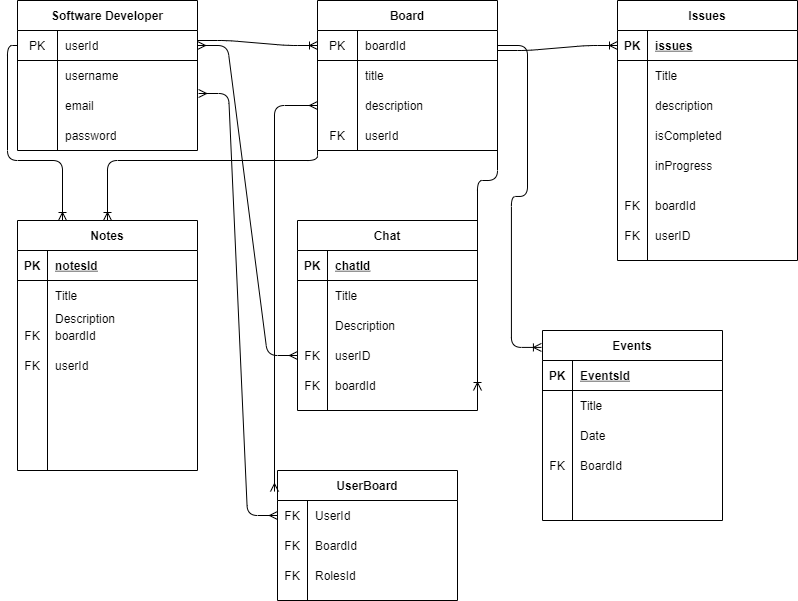
Before: New Bug Tracker IED.png, a diagram exported from draw.io (CyrusWarner/Bug-Tracker-Front-End). Source tidied: cells renumbered, new cells last; positions are measured from the earlier drawing's top-left corner, leaving out a move shared by most shapes.
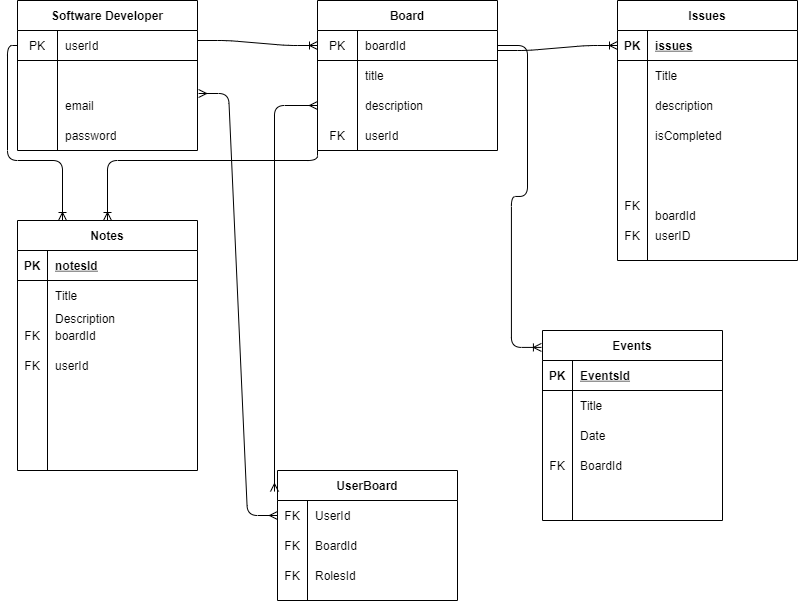
The same file after the commit.

Commit message:
Added updated IED diagram.

Change to the diagram source:
```diff
@@ -20,7 +20,7 @@
     <mxCell id="7" style="shape=partialRectangle;html=1;whiteSpace=wrap;fillColor=none;top=0;left=0;bottom=0;right=0;overflow=hidden;" parent="6" vertex="1">
       <mxGeometry width="40" height="30" as="geometry" />
     </mxCell>
-    <mxCell id="8" value="username" style="shape=partialRectangle;html=1;whiteSpace=wrap;fillColor=none;top=0;left=0;bottom=0;right=0;align=left;spacingLeft=6;overflow=hidden;" parent="6" vertex="1">
+    <mxCell id="8" style="shape=partialRectangle;html=1;whiteSpace=wrap;fillColor=none;top=0;left=0;bottom=0;right=0;align=left;spacingLeft=6;overflow=hidden;" parent="6" vertex="1">
       <mxGeometry x="40" width="140" height="30" as="geometry" />
     </mxCell>
     <mxCell id="9" style="shape=partialRectangle;html=1;whiteSpace=wrap;fillColor=none;top=0;left=0;bottom=0;right=0;points=[[0,0.5],[1,0.5]];portConstraint=eastwest;" parent="2" vertex="1">
@@ -174,72 +174,13 @@
     <mxCell id="54" value="isCompleted" style="shape=partialRectangle;fillColor=none;top=0;left=0;bottom=0;right=0;align=left;spacingLeft=6;overflow=hidden;" parent="52" vertex="1">
       <mxGeometry x="30" width="150" height="30" as="geometry" />
     </mxCell>
-    <mxCell id="55" value="inProgress" style="shape=partialRectangle;fillColor=none;top=0;left=0;bottom=0;right=0;align=left;spacingLeft=6;overflow=hidden;" parent="1" vertex="1">
-      <mxGeometry x="640" y="150" width="150" height="30" as="geometry" />
-    </mxCell>
     <mxCell id="56" style="edgeStyle=entityRelationEdgeStyle;fontSize=12;html=1;endArrow=ERoneToMany;entryX=0;entryY=0.5;entryDx=0;entryDy=0;" parent="1" edge="1" target="43">
       <mxGeometry relative="1" as="geometry">
         <mxPoint x="490" y="50" as="sourcePoint" />
       </mxGeometry>
     </mxCell>
-    <mxCell id="57" value="Chat" style="shape=table;startSize=30;rowLines=0;fontStyle=1;align=center;" parent="1" vertex="1">
-      <mxGeometry x="290" y="220" width="180" height="190" as="geometry" />
-    </mxCell>
-    <mxCell id="58" style="shape=partialRectangle;fillColor=none;top=0;left=0;bottom=1;right=0;" parent="57" vertex="1">
-      <mxGeometry y="30" width="180" height="30" as="geometry" />
-    </mxCell>
-    <mxCell id="59" value="PK" style="shape=partialRectangle;fillColor=none;top=0;left=0;bottom=0;right=0;fontStyle=1;overflow=hidden;" parent="58" vertex="1">
-      <mxGeometry width="30" height="30" as="geometry" />
-    </mxCell>
-    <mxCell id="60" value="chatId" style="shape=partialRectangle;fillColor=none;top=0;left=0;bottom=0;right=0;align=left;spacingLeft=6;fontStyle=5;overflow=hidden;" parent="58" vertex="1">
-      <mxGeometry x="30" width="150" height="30" as="geometry" />
-    </mxCell>
-    <mxCell id="61" style="shape=partialRectangle;fillColor=none;top=0;left=0;bottom=0;right=0;" parent="57" vertex="1">
-      <mxGeometry y="60" width="180" height="30" as="geometry" />
-    </mxCell>
-    <mxCell id="62" style="shape=partialRectangle;fillColor=none;top=0;left=0;bottom=0;right=0;overflow=hidden;" parent="61" vertex="1">
-      <mxGeometry width="30" height="30" as="geometry" />
-    </mxCell>
-    <mxCell id="63" value="Title" style="shape=partialRectangle;fillColor=none;top=0;left=0;bottom=0;right=0;align=left;spacingLeft=6;overflow=hidden;" parent="61" vertex="1">
-      <mxGeometry x="30" width="150" height="30" as="geometry" />
-    </mxCell>
-    <mxCell id="64" style="shape=partialRectangle;fillColor=none;top=0;left=0;bottom=0;right=0;" parent="57" vertex="1">
-      <mxGeometry y="90" width="180" height="30" as="geometry" />
-    </mxCell>
-    <mxCell id="65" style="shape=partialRectangle;fillColor=none;top=0;left=0;bottom=0;right=0;overflow=hidden;" parent="64" vertex="1">
-      <mxGeometry width="30" height="30" as="geometry" />
-    </mxCell>
-    <mxCell id="66" value="Description" style="shape=partialRectangle;fillColor=none;top=0;left=0;bottom=0;right=0;align=left;spacingLeft=6;overflow=hidden;" parent="64" vertex="1">
-      <mxGeometry x="30" width="150" height="30" as="geometry" />
-    </mxCell>
-    <mxCell id="67" style="shape=partialRectangle;fillColor=none;top=0;left=0;bottom=0;right=0;points=[[0,0.5],[1,0.5]];portConstraint=eastwest;" parent="57" vertex="1">
-      <mxGeometry y="120" width="180" height="30" as="geometry" />
-    </mxCell>
-    <mxCell id="68" value="FK" style="shape=partialRectangle;fillColor=none;top=0;left=0;bottom=0;right=0;overflow=hidden;" parent="67" vertex="1">
-      <mxGeometry width="30" height="30" as="geometry" />
-    </mxCell>
-    <mxCell id="69" value="userID" style="shape=partialRectangle;fillColor=none;top=0;left=0;bottom=0;right=0;align=left;spacingLeft=6;overflow=hidden;" parent="67" vertex="1">
-      <mxGeometry x="30" width="150" height="30" as="geometry" />
-    </mxCell>
-    <mxCell id="70" value="boardId" style="shape=partialRectangle;fillColor=none;top=0;left=0;bottom=0;right=0;align=left;spacingLeft=6;overflow=hidden;" parent="1" vertex="1">
-      <mxGeometry x="320" y="370" width="150" height="30" as="geometry" />
-    </mxCell>
-    <mxCell id="71" value="FK" style="shape=partialRectangle;fillColor=none;top=0;left=0;bottom=0;right=0;overflow=hidden;" parent="1" vertex="1">
-      <mxGeometry x="290" y="370" width="30" height="30" as="geometry" />
-    </mxCell>
-    <mxCell id="72" style="edgeStyle=entityRelationEdgeStyle;fontSize=12;html=1;endArrow=ERmany;startArrow=ERmany;exitX=1;exitY=0.5;exitDx=0;exitDy=0;entryX=0;entryY=0.5;entryDx=0;entryDy=0;" parent="1" edge="1" source="3" target="67">
-      <mxGeometry relative="1" as="geometry" />
-    </mxCell>
-    <mxCell id="73" style="edgeStyle=elbowEdgeStyle;fontSize=12;html=1;endArrow=ERoneToMany;exitX=1;exitY=0.5;exitDx=0;exitDy=0;elbow=vertical;" parent="1" edge="1" source="14">
-      <mxGeometry relative="1" as="geometry">
-        <mxPoint x="470" y="390" as="targetPoint" />
-        <Array as="points">
-          <mxPoint x="480" y="180" />
-        </Array>
-      </mxGeometry>
-    </mxCell>
     <mxCell id="74" value="boardId" style="shape=partialRectangle;fillColor=none;top=0;left=0;bottom=0;right=0;align=left;spacingLeft=6;overflow=hidden;" parent="1" vertex="1">
-      <mxGeometry x="640" y="190" width="150" height="30" as="geometry" />
+      <mxGeometry x="640" y="200" width="150" height="30" as="geometry" />
     </mxCell>
     <mxCell id="75" value="FK" style="shape=partialRectangle;fillColor=none;top=0;left=0;bottom=0;right=0;overflow=hidden;" parent="1" vertex="1">
       <mxGeometry x="610" y="190" width="30" height="30" as="geometry" />
```
